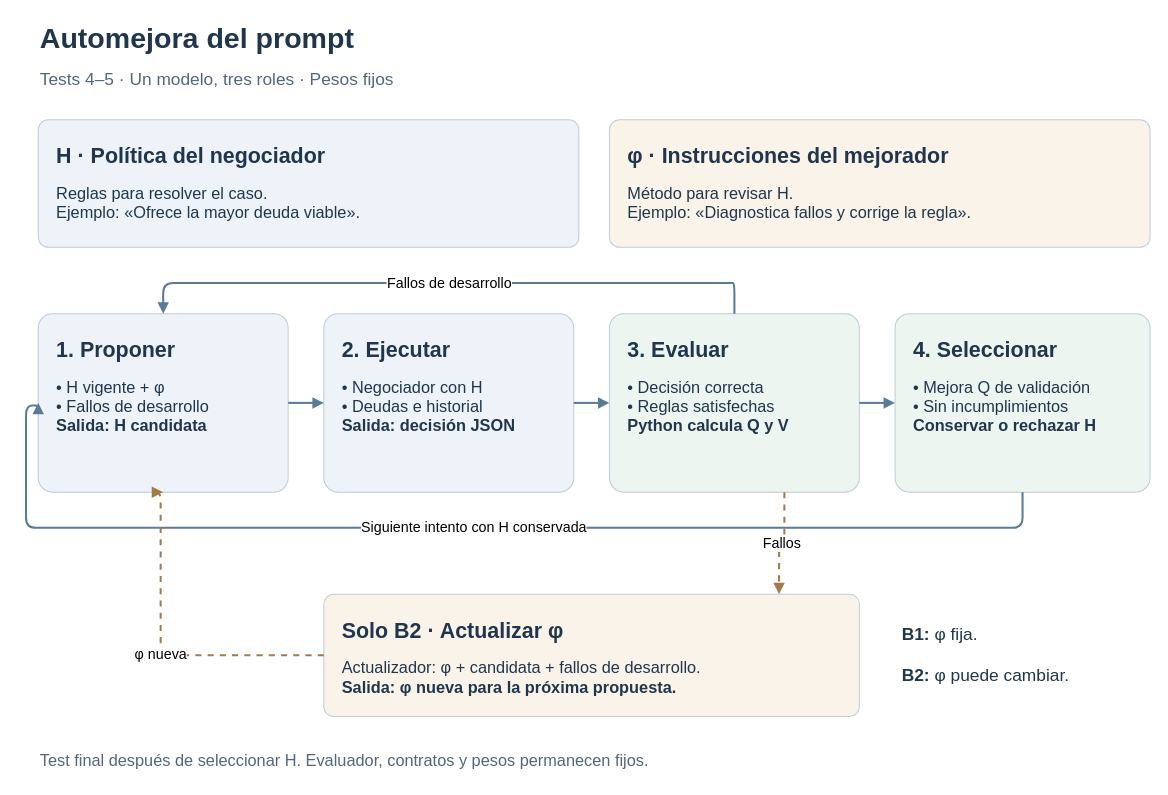
Above: research/cases/case-0003-debt-negotiation/diagrams/learning-loop.drawio in jairzinhosantos/thinking-harness (draw.io), before the change. Source tidied: cells renumbered, new cells numbered last; positions are measured from the earlier drawing's top-left corner, leaving out a move shared by most shapes. Both pictures are drawn from the tidied source at 102%, with x=0, y=0 at pixel (26, 17).
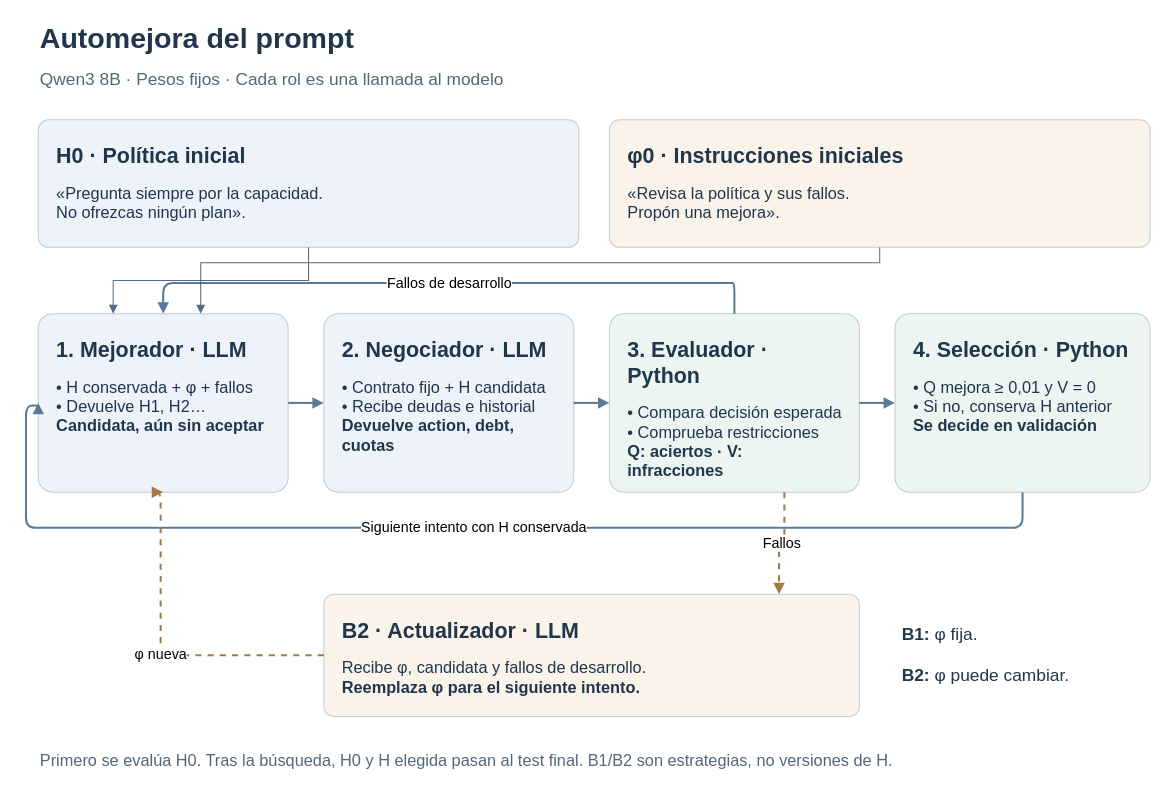
The same diagram, later.

What changed in the source:
```diff
@@
-    <mxCell id="3" value="Tests 4–5 · Un modelo, tres roles · Pesos fijos" style="text;html=1;whiteSpace=wrap;align=left;verticalAlign=middle;fontFamily=Arial;fontColor=#53677B;fontSize=17;fontStyle=0;" parent="1" vertex="1">
+    <mxCell id="3" value="Qwen3 8B · Pesos fijos · Cada rol es una llamada al modelo" style="text;html=1;whiteSpace=wrap;align=left;verticalAlign=middle;fontFamily=Arial;fontColor=#53677B;fontSize=17;fontStyle=0;" parent="1" vertex="1">
       <mxGeometry x="12" y="45" width="1090" height="32" as="geometry" />
     </mxCell>
-    <mxCell id="4" value="&lt;div style=&quot;text-align:left&quot;&gt;&lt;b style=&quot;font-size:21px&quot;&gt;H · Política del negociador&lt;/b&gt;&lt;br&gt;&lt;br&gt;&lt;span style=&quot;font-size:16px&quot;&gt;Reglas para resolver el caso.&lt;br&gt;Ejemplo: «Ofrece la mayor deuda viable».&lt;/span&gt;&lt;/div&gt;" style="rounded=1;arcSize=8;whiteSpace=wrap;html=1;fillColor=#EDF3F9;strokeColor=#C0CCD6;fontColor=#20364D;fontFamily=Arial;align=left;verticalAlign=top;spacing=18;" parent="1" vertex="1">
+    <mxCell id="4" value="&lt;div style=&quot;text-align:left&quot;&gt;&lt;b style=&quot;font-size:21px&quot;&gt;H0 · Política inicial&lt;/b&gt;&lt;br&gt;&lt;br&gt;&lt;span style=&quot;font-size:16px&quot;&gt;«Pregunta siempre por la capacidad.&lt;br&gt;No ofrezcas ningún plan».&lt;/span&gt;&lt;/div&gt;" style="rounded=1;arcSize=8;whiteSpace=wrap;html=1;fillColor=#EDF3F9;strokeColor=#C0CCD6;fontColor=#20364D;fontFamily=Arial;align=left;verticalAlign=top;spacing=18;" parent="1" vertex="1">
       <mxGeometry x="12" y="100" width="530" height="125" as="geometry" />
     </mxCell>
-    <mxCell id="5" value="&lt;div style=&quot;text-align:left&quot;&gt;&lt;b style=&quot;font-size:21px&quot;&gt;φ · Instrucciones del mejorador&lt;/b&gt;&lt;br&gt;&lt;br&gt;&lt;span style=&quot;font-size:16px&quot;&gt;Método para revisar H.&lt;br&gt;Ejemplo: «Diagnostica fallos y corrige la regla».&lt;/span&gt;&lt;/div&gt;" style="rounded=1;arcSize=8;whiteSpace=wrap;html=1;fillColor=#FAF3E9;strokeColor=#C0CCD6;fontColor=#20364D;fontFamily=Arial;align=left;verticalAlign=top;spacing=18;" parent="1" vertex="1">
+    <mxCell id="5" value="&lt;div style=&quot;text-align:left&quot;&gt;&lt;b style=&quot;font-size:21px&quot;&gt;φ0 · Instrucciones iniciales&lt;/b&gt;&lt;br&gt;&lt;br&gt;&lt;span style=&quot;font-size:16px&quot;&gt;«Revisa la política y sus fallos.&lt;br&gt;Propón una mejora».&lt;/span&gt;&lt;/div&gt;" style="rounded=1;arcSize=8;whiteSpace=wrap;html=1;fillColor=#FAF3E9;strokeColor=#C0CCD6;fontColor=#20364D;fontFamily=Arial;align=left;verticalAlign=top;spacing=18;" parent="1" vertex="1">
       <mxGeometry x="572" y="100" width="530" height="125" as="geometry" />
     </mxCell>
-    <mxCell id="6" value="&lt;div style=&quot;text-align:left&quot;&gt;&lt;b style=&quot;font-size:21px&quot;&gt;1. Proponer&lt;/b&gt;&lt;br&gt;&lt;br&gt;&lt;span style=&quot;font-size:16px&quot;&gt;• H vigente + φ&lt;br&gt;• Fallos de desarrollo&lt;br&gt;&lt;b&gt;Salida: H candidata&lt;/b&gt;&lt;/span&gt;&lt;/div&gt;" style="rounded=1;arcSize=8;whiteSpace=wrap;html=1;fillColor=#EDF3F9;strokeColor=#C0CCD6;fontColor=#20364D;fontFamily=Arial;align=left;verticalAlign=top;spacing=18;" parent="1" vertex="1">
+    <mxCell id="6" value="&lt;div style=&quot;text-align:left&quot;&gt;&lt;b style=&quot;font-size:21px&quot;&gt;1. Mejorador · LLM&lt;/b&gt;&lt;br&gt;&lt;br&gt;&lt;span style=&quot;font-size:16px&quot;&gt;• H conservada + φ + fallos&lt;br&gt;• Devuelve H1, H2…&lt;br&gt;&lt;b&gt;Candidata, aún sin aceptar&lt;/b&gt;&lt;/span&gt;&lt;/div&gt;" style="rounded=1;arcSize=8;whiteSpace=wrap;html=1;fillColor=#EDF3F9;strokeColor=#C0CCD6;fontColor=#20364D;fontFamily=Arial;align=left;verticalAlign=top;spacing=18;" parent="1" vertex="1">
       <mxGeometry x="12" y="290" width="245" height="175" as="geometry" />
     </mxCell>
-    <mxCell id="7" value="&lt;div style=&quot;text-align:left&quot;&gt;&lt;b style=&quot;font-size:21px&quot;&gt;2. Ejecutar&lt;/b&gt;&lt;br&gt;&lt;br&gt;&lt;span style=&quot;font-size:16px&quot;&gt;• Negociador con H&lt;br&gt;• Deudas e historial&lt;br&gt;&lt;b&gt;Salida: decisión JSON&lt;/b&gt;&lt;/span&gt;&lt;/div&gt;" style="rounded=1;arcSize=8;whiteSpace=wrap;html=1;fillColor=#EDF3F9;strokeColor=#C0CCD6;fontColor=#20364D;fontFamily=Arial;align=left;verticalAlign=top;spacing=18;" parent="1" vertex="1">
+    <mxCell id="7" value="&lt;div style=&quot;text-align:left&quot;&gt;&lt;b style=&quot;font-size:21px&quot;&gt;2. Negociador · LLM&lt;/b&gt;&lt;br&gt;&lt;br&gt;&lt;span style=&quot;font-size:16px&quot;&gt;• Contrato fijo + H candidata&lt;br&gt;• Recibe deudas e historial&lt;br&gt;&lt;b&gt;Devuelve action, debt, cuotas&lt;/b&gt;&lt;/span&gt;&lt;/div&gt;" style="rounded=1;arcSize=8;whiteSpace=wrap;html=1;fillColor=#EDF3F9;strokeColor=#C0CCD6;fontColor=#20364D;fontFamily=Arial;align=left;verticalAlign=top;spacing=18;" parent="1" vertex="1">
       <mxGeometry x="292" y="290" width="245" height="175" as="geometry" />
     </mxCell>
-    <mxCell id="8" value="&lt;div style=&quot;text-align:left&quot;&gt;&lt;b style=&quot;font-size:21px&quot;&gt;3. Evaluar&lt;/b&gt;&lt;br&gt;&lt;br&gt;&lt;span style=&quot;font-size:16px&quot;&gt;• Decisión correcta&lt;br&gt;• Reglas satisfechas&lt;br&gt;&lt;b&gt;Python calcula Q y V&lt;/b&gt;&lt;/span&gt;&lt;/div&gt;" style="rounded=1;arcSize=8;whiteSpace=wrap;html=1;fillColor=#EDF5F1;strokeColor=#C0CCD6;fontColor=#20364D;fontFamily=Arial;align=left;verticalAlign=top;spacing=18;" parent="1" vertex="1">
+    <mxCell id="8" value="&lt;div style=&quot;text-align:left&quot;&gt;&lt;b style=&quot;font-size:21px&quot;&gt;3. Evaluador · Python&lt;/b&gt;&lt;br&gt;&lt;br&gt;&lt;span style=&quot;font-size:16px&quot;&gt;• Compara decisión esperada&lt;br&gt;• Comprueba restricciones&lt;br&gt;&lt;b&gt;Q: aciertos · V: infracciones&lt;/b&gt;&lt;/span&gt;&lt;/div&gt;" style="rounded=1;arcSize=8;whiteSpace=wrap;html=1;fillColor=#EDF5F1;strokeColor=#C0CCD6;fontColor=#20364D;fontFamily=Arial;align=left;verticalAlign=top;spacing=18;" parent="1" vertex="1">
       <mxGeometry x="572" y="290" width="245" height="175" as="geometry" />
     </mxCell>
-    <mxCell id="9" value="&lt;div style=&quot;text-align:left&quot;&gt;&lt;b style=&quot;font-size:21px&quot;&gt;4. Seleccionar&lt;/b&gt;&lt;br&gt;&lt;br&gt;&lt;span style=&quot;font-size:16px&quot;&gt;• Mejora Q de validación&lt;br&gt;• Sin incumplimientos&lt;br&gt;&lt;b&gt;Conservar o rechazar H&lt;/b&gt;&lt;/span&gt;&lt;/div&gt;" style="rounded=1;arcSize=8;whiteSpace=wrap;html=1;fillColor=#EDF5F1;strokeColor=#C0CCD6;fontColor=#20364D;fontFamily=Arial;align=left;verticalAlign=top;spacing=18;" parent="1" vertex="1">
+    <mxCell id="9" value="&lt;div style=&quot;text-align:left&quot;&gt;&lt;b style=&quot;font-size:21px&quot;&gt;4. Selección · Python&lt;/b&gt;&lt;br&gt;&lt;br&gt;&lt;span style=&quot;font-size:16px&quot;&gt;• Q mejora ≥ 0,01 y V = 0&lt;br&gt;• Si no, conserva H anterior&lt;br&gt;&lt;b&gt;Se decide en validación&lt;/b&gt;&lt;/span&gt;&lt;/div&gt;" style="rounded=1;arcSize=8;whiteSpace=wrap;html=1;fillColor=#EDF5F1;strokeColor=#C0CCD6;fontColor=#20364D;fontFamily=Arial;align=left;verticalAlign=top;spacing=18;" parent="1" vertex="1">
       <mxGeometry x="852" y="290" width="250" height="175" as="geometry" />
     </mxCell>
@@
-    <mxCell id="15" value="&lt;div style=&quot;text-align:left&quot;&gt;&lt;b style=&quot;font-size:21px&quot;&gt;Solo B2 · Actualizar φ&lt;/b&gt;&lt;br&gt;&lt;br&gt;&lt;span style=&quot;font-size:16px&quot;&gt;Actualizador: φ + candidata + fallos de desarrollo.&lt;br&gt;&lt;b&gt;Salida: φ nueva para la próxima propuesta.&lt;/b&gt;&lt;/span&gt;&lt;/div&gt;" style="rounded=1;arcSize=8;whiteSpace=wrap;html=1;fillColor=#FAF3E9;strokeColor=#C0CCD6;fontColor=#20364D;fontFamily=Arial;align=left;verticalAlign=top;spacing=18;" parent="1" vertex="1">
+    <mxCell id="15" value="&lt;div style=&quot;text-align:left&quot;&gt;&lt;b style=&quot;font-size:21px&quot;&gt;B2 · Actualizador · LLM&lt;/b&gt;&lt;br&gt;&lt;br&gt;&lt;span style=&quot;font-size:16px&quot;&gt;Recibe φ, candidata y fallos de desarrollo.&lt;br&gt;&lt;b&gt;Reemplaza φ para el siguiente intento.&lt;/b&gt;&lt;/span&gt;&lt;/div&gt;" style="rounded=1;arcSize=8;whiteSpace=wrap;html=1;fillColor=#FAF3E9;strokeColor=#C0CCD6;fontColor=#20364D;fontFamily=Arial;align=left;verticalAlign=top;spacing=18;" parent="1" vertex="1">
       <mxGeometry x="292" y="565" width="525" height="120" as="geometry" />
     </mxCell>
@@
-    <mxCell id="19" value="Test final después de seleccionar H. Evaluador, contratos y pesos permanecen fijos." style="text;html=1;whiteSpace=wrap;align=left;verticalAlign=middle;fontFamily=Arial;fontColor=#53677B;fontSize=16;fontStyle=0;" parent="1" vertex="1">
+    <mxCell id="19" value="Primero se evalúa H0. Tras la búsqueda, H0 y H elegida pasan al test final. B1/B2 son estrategias, no versiones de H." style="text;html=1;whiteSpace=wrap;align=left;verticalAlign=middle;fontFamily=Arial;fontColor=#53677B;fontSize=16;fontStyle=0;" parent="1" vertex="1">
       <mxGeometry x="12" y="710" width="1090" height="35" as="geometry" />
     </mxCell>
+    <mxCell id="20" style="edgeStyle=orthogonalEdgeStyle;rounded=0;html=1;strokeColor=#526B82;endArrow=block;exitX=0.5;exitY=1;entryX=0.3;entryY=0;" parent="1" edge="1" source="4" target="6">
+      <mxGeometry relative="1" as="geometry" />
+    </mxCell>
+    <mxCell id="21" style="edgeStyle=orthogonalEdgeStyle;rounded=0;html=1;strokeColor=#526B82;endArrow=block;exitX=0.5;exitY=1;entryX=0.65;entryY=0;" parent="1" edge="1" source="5" target="6">
+      <mxGeometry relative="1" as="geometry">
+        <Array as="points">
+          <mxPoint x="837" y="240" />
+          <mxPoint x="171" y="240" />
+        </Array>
+      </mxGeometry>
+    </mxCell>
```
